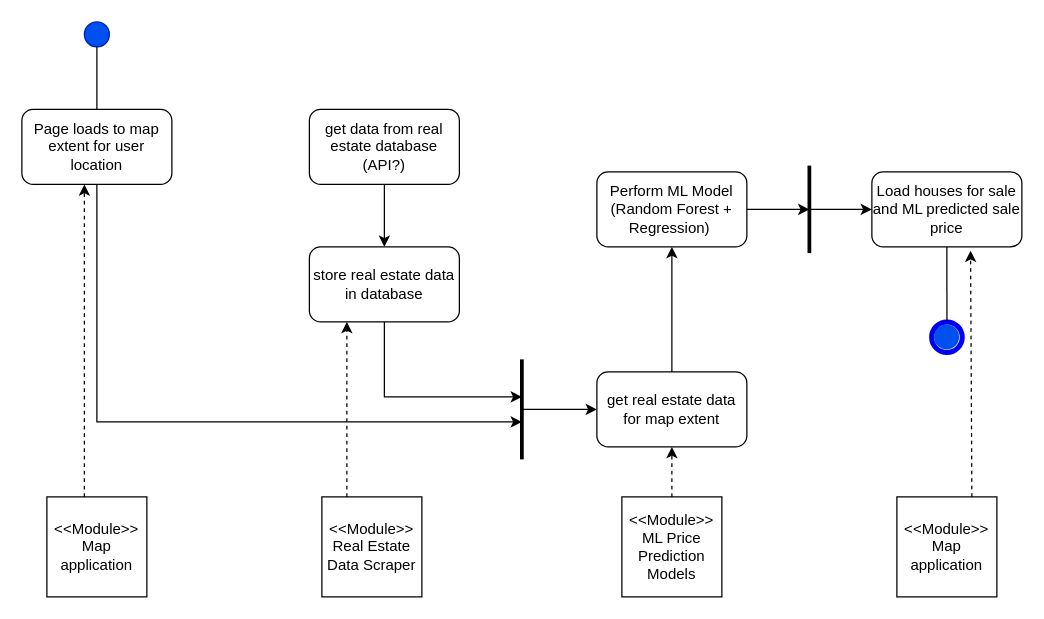
This is diagrams/housing_processModel.drawio from benjamin-j-cooper/re-predictions-app, a draw.io file, before an edit. Source tidied: cells renumbered, new cells numbered last; positions are measured from the earlier drawing's top-left corner, leaving out a move shared by most shapes. Both pictures are drawn from the tidied source at 125%, with x=0, y=0 at pixel (21, 21).
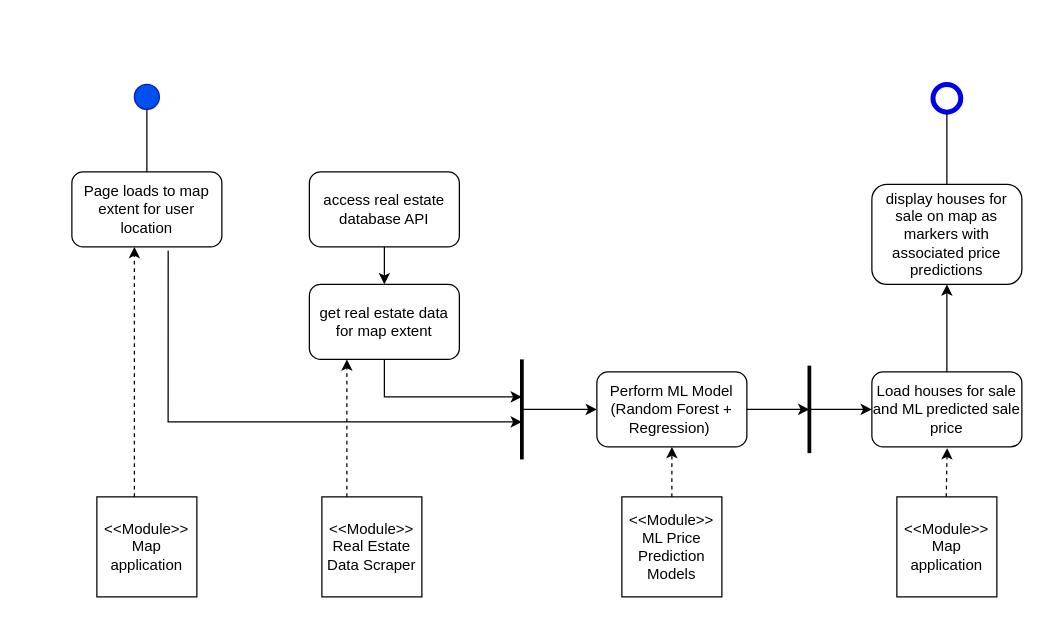
The same diagram, later.

Diff of the diagram source:
```diff
@@
-    <mxCell id="2" value="get data from real estate database (API?)" style="rounded=1;whiteSpace=wrap;html=1;" parent="1" vertex="1">
-      <mxGeometry x="230" y="70" width="120" height="60" as="geometry" />
+    <mxCell id="2" value="access real estate database API" style="rounded=1;whiteSpace=wrap;html=1;" parent="1" vertex="1">
+      <mxGeometry x="230" y="120" width="120" height="60" as="geometry" />
     </mxCell>
@@
     <mxCell id="6" style="ellipse;whiteSpace=wrap;html=1;fillColor=#0050ef;fontColor=#ffffff;strokeColor=#001DBC;" parent="1" vertex="1">
-      <mxGeometry x="50" width="20" height="20" as="geometry" />
+      <mxGeometry x="90" y="50" width="20" height="20" as="geometry" />
     </mxCell>
-    <mxCell id="7" style="ellipse;whiteSpace=wrap;html=1;fillColor=#0050ef;fontColor=#ffffff;strokeColor=none;perimeterSpacing=10;" parent="1" vertex="1">
-      <mxGeometry x="729.8" y="242" width="20" height="20" as="geometry" />
-    </mxCell>
     <mxCell id="8" style="ellipse;whiteSpace=wrap;html=1;fillColor=none;strokeColor=#0000F0;perimeterSpacing=1;strokeWidth=4;" parent="1" vertex="1">
-      <mxGeometry x="727.8" y="240" width="24.5" height="24.5" as="geometry" />
+      <mxGeometry x="728.9" y="50" width="22.2" height="22.2" as="geometry" />
     </mxCell>
-    <mxCell id="9" value="store real estate data in database" style="rounded=1;whiteSpace=wrap;html=1;" parent="1" vertex="1">
-      <mxGeometry x="230" y="180" width="120" height="60" as="geometry" />
-    </mxCell>
-    <mxCell id="10" style="endArrow=classic;html=1;rounded=0;entryX=0.5;entryY=0;entryDx=0;entryDy=0;" parent="1" edge="1" target="9">
-      <mxGeometry relative="1" as="geometry">
-        <mxPoint x="290" y="130" as="sourcePoint" />
-      </mxGeometry>
-    </mxCell>
@@
     <mxCell id="12" style="endArrow=none;html=1;rounded=0;strokeWidth=3;" parent="1" edge="1">
       <mxGeometry relative="1" as="geometry">
-        <mxPoint x="630" y="185" as="sourcePoint" />
-        <mxPoint x="630" y="115" as="targetPoint" />
+        <mxPoint x="630" y="345" as="sourcePoint" />
+        <mxPoint x="630" y="275" as="targetPoint" />
       </mxGeometry>
     </mxCell>
     <mxCell id="13" value="Perform ML Model (Random Forest + Regression)&amp;nbsp;" style="rounded=1;whiteSpace=wrap;html=1;" parent="1" vertex="1">
-      <mxGeometry x="460" y="120" width="120" height="60" as="geometry" />
+      <mxGeometry x="460" y="280" width="120" height="60" as="geometry" />
     </mxCell>
-    <mxCell id="14" style="endArrow=classic;html=1;rounded=0;" parent="1" edge="1">
+    <mxCell id="14" style="endArrow=classic;html=1;rounded=0;exitX=0.5;exitY=1;exitDx=0;exitDy=0;" parent="1" edge="1" source="15">
       <mxGeometry relative="1" as="geometry">
-        <mxPoint x="290" y="240" as="sourcePoint" />
         <mxPoint x="400" y="300" as="targetPoint" />
         <Array as="points">
           <mxPoint x="290" y="300" />
         </Array>
       </mxGeometry>
     </mxCell>
-    <mxCell id="15" value="get real estate data for map extent" style="rounded=1;whiteSpace=wrap;html=1;" parent="1" vertex="1">
-      <mxGeometry x="460" y="280" width="120" height="60" as="geometry" />
-    </mxCell>
-    <mxCell id="16" style="endArrow=classic;html=1;rounded=0;entryX=0.5;entryY=1;entryDx=0;entryDy=0;exitX=0.5;exitY=0;exitDx=0;exitDy=0;" parent="1" edge="1" source="15" target="13">
-      <mxGeometry relative="1" as="geometry" />
-    </mxCell>
-    <mxCell id="17" style="endArrow=classic;html=1;rounded=0;" parent="1" edge="1">
+    <mxCell id="17" style="endArrow=classic;html=1;rounded=0;exitX=1;exitY=0.5;exitDx=0;exitDy=0;" parent="1" edge="1" source="13">
       <mxGeometry relative="1" as="geometry">
-        <mxPoint x="580" y="150" as="sourcePoint" />
-        <mxPoint x="630" y="150" as="targetPoint" />
+        <mxPoint x="630" y="310" as="targetPoint" />
+        <Array as="points">
+          <mxPoint x="610" y="310" />
+        </Array>
       </mxGeometry>
     </mxCell>
@@
-    <mxCell id="19" style="endArrow=classic;html=1;rounded=0;dashed=1;entryX=0.25;entryY=1;entryDx=0;entryDy=0;" parent="1" edge="1" target="9">
+    <mxCell id="19" style="endArrow=classic;html=1;rounded=0;dashed=1;entryX=0.25;entryY=1;entryDx=0;entryDy=0;" parent="1" edge="1" target="15">
       <mxGeometry relative="1" as="geometry">
         <mxPoint x="260" y="380" as="sourcePoint" />
       </mxGeometry>
     </mxCell>
-    <mxCell id="20" style="endArrow=classic;html=1;rounded=0;dashed=1;entryX=0.658;entryY=1.05;entryDx=0;entryDy=0;entryPerimeter=0;" parent="1" edge="1" target="26">
+    <mxCell id="20" style="endArrow=classic;html=1;rounded=0;dashed=1;entryX=0.358;entryY=1.017;entryDx=0;entryDy=0;entryPerimeter=0;" parent="1" edge="1">
       <mxGeometry relative="1" as="geometry">
-        <mxPoint x="760" y="380" as="sourcePoint" />
+        <mxPoint x="739.5" y="380" as="sourcePoint" />
+        <mxPoint x="740.2" y="341" as="targetPoint" />
       </mxGeometry>
     </mxCell>
     <mxCell id="21" value="Page loads to map extent for user location" style="rounded=1;whiteSpace=wrap;html=1;" parent="1" vertex="1">
-      <mxGeometry y="70" width="120" height="60" as="geometry" />
+      <mxGeometry x="40" y="120" width="120" height="60" as="geometry" />
     </mxCell>
     <mxCell id="22" value="&amp;lt;&amp;lt;Module&amp;gt;&amp;gt;&lt;br&gt;Map application" style="whiteSpace=wrap;html=1;" parent="1" vertex="1">
-      <mxGeometry x="20" y="380" width="80" height="80" as="geometry" />
+      <mxGeometry x="60" y="380" width="80" height="80" as="geometry" />
     </mxCell>
     <mxCell id="23" style="endArrow=classic;html=1;rounded=0;dashed=1;" parent="1" edge="1">
       <mxGeometry relative="1" as="geometry">
-        <mxPoint x="50" y="380" as="sourcePoint" />
-        <mxPoint x="50" y="130" as="targetPoint" />
+        <mxPoint x="90" y="380" as="sourcePoint" />
+        <mxPoint x="90" y="180" as="targetPoint" />
       </mxGeometry>
     </mxCell>
-    <mxCell id="24" style="endArrow=classic;html=1;rounded=0;" parent="1" edge="1">
+    <mxCell id="24" style="endArrow=classic;html=1;rounded=0;exitX=0.642;exitY=1.05;exitDx=0;exitDy=0;exitPerimeter=0;" parent="1" edge="1" source="21">
       <mxGeometry relative="1" as="geometry">
-        <mxPoint x="60" y="130" as="sourcePoint" />
         <mxPoint x="400" y="320" as="targetPoint" />
         <Array as="points">
-          <mxPoint x="60" y="320" />
+          <mxPoint x="117" y="320" />
         </Array>
       </mxGeometry>
     </mxCell>
     <mxCell id="25" style="endArrow=none;html=1;rounded=0;exitX=0.5;exitY=0;exitDx=0;exitDy=0;" parent="1" edge="1" source="21">
       <mxGeometry relative="1" as="geometry">
-        <mxPoint x="60" y="20" as="targetPoint" />
+        <mxPoint x="100" y="70" as="targetPoint" />
       </mxGeometry>
     </mxCell>
     <mxCell id="26" value="Load houses for sale and ML predicted sale price" style="rounded=1;whiteSpace=wrap;html=1;" parent="1" vertex="1">
-      <mxGeometry x="680" y="120" width="120" height="60" as="geometry" />
+      <mxGeometry x="680" y="280" width="120" height="60" as="geometry" />
     </mxCell>
-    <mxCell id="27" style="endArrow=none;html=1;rounded=0;exitX=0.5;exitY=0;exitDx=0;exitDy=0;" parent="1" edge="1" source="8">
-      <mxGeometry relative="1" as="geometry">
-        <mxPoint x="740" y="180" as="targetPoint" />
-      </mxGeometry>
+    <mxCell id="27" style="endArrow=none;html=1;rounded=0;exitX=0.5;exitY=1;exitDx=0;exitDy=0;entryX=0.5;entryY=0;entryDx=0;entryDy=0;" parent="1" edge="1" source="8" target="31">
+      <mxGeometry relative="1" as="geometry" />
     </mxCell>
@@
     <mxCell id="29" style="endArrow=classic;html=1;rounded=0;entryX=0;entryY=0.5;entryDx=0;entryDy=0;" parent="1" edge="1" target="26">
       <mxGeometry relative="1" as="geometry">
-        <mxPoint x="630" y="150" as="sourcePoint" />
+        <mxPoint x="630" y="310" as="sourcePoint" />
       </mxGeometry>
     </mxCell>
+    <mxCell id="15" value="get real estate data for map extent" style="rounded=1;whiteSpace=wrap;html=1;" parent="1" vertex="1">
+      <mxGeometry x="230" y="210" width="120" height="60" as="geometry" />
+    </mxCell>
+    <mxCell id="30" style="endArrow=classic;html=1;rounded=0;exitX=0.5;exitY=1;exitDx=0;exitDy=0;entryX=0.5;entryY=0;entryDx=0;entryDy=0;" parent="1" edge="1" source="2" target="15">
+      <mxGeometry relative="1" as="geometry" />
+    </mxCell>
+    <mxCell id="31" value="display houses for sale on map as markers with associated price predictions" style="rounded=1;whiteSpace=wrap;html=1;" parent="1" vertex="1">
+      <mxGeometry x="680" y="130" width="120" height="80" as="geometry" />
+    </mxCell>
+    <mxCell id="32" style="endArrow=classic;html=1;rounded=0;entryX=0.5;entryY=1;entryDx=0;entryDy=0;" parent="1" edge="1" target="31">
+      <mxGeometry relative="1" as="geometry">
+        <mxPoint x="740" y="280" as="sourcePoint" />
+      </mxGeometry>
+    </mxCell>
```
